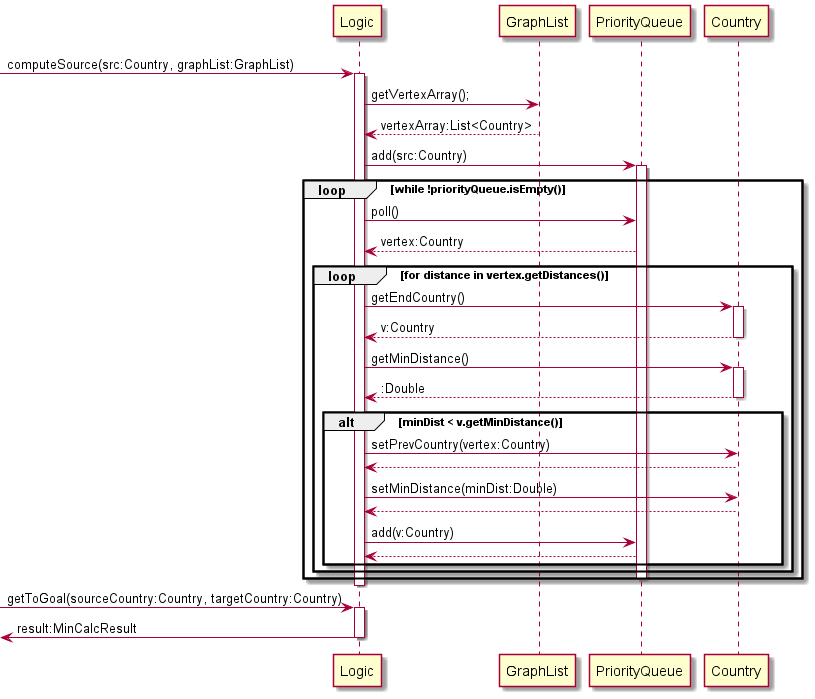
Earlier version of the PlantUML export docs/documentationPics/logic.png (nus-cs2113-AY2122S1/tp).
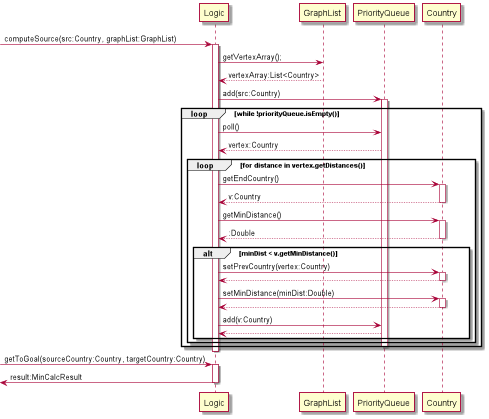
After the commit.

The edit, as a diff of the source:
```diff
@@ -24,9 +24,13 @@
 deactivate Country
 alt minDist < v.getMinDistance()
 Logic -> Country: setPrevCountry(vertex:Country)
+activate Country
 Country --> Logic
+deactivate Country
 Logic -> Country: setMinDistance(minDist:Double)
+activate Country
 Country --> Logic
+deactivate Country
 Logic -> PriorityQueue: add(v:Country)
 PriorityQueue --> Logic
 end
```
